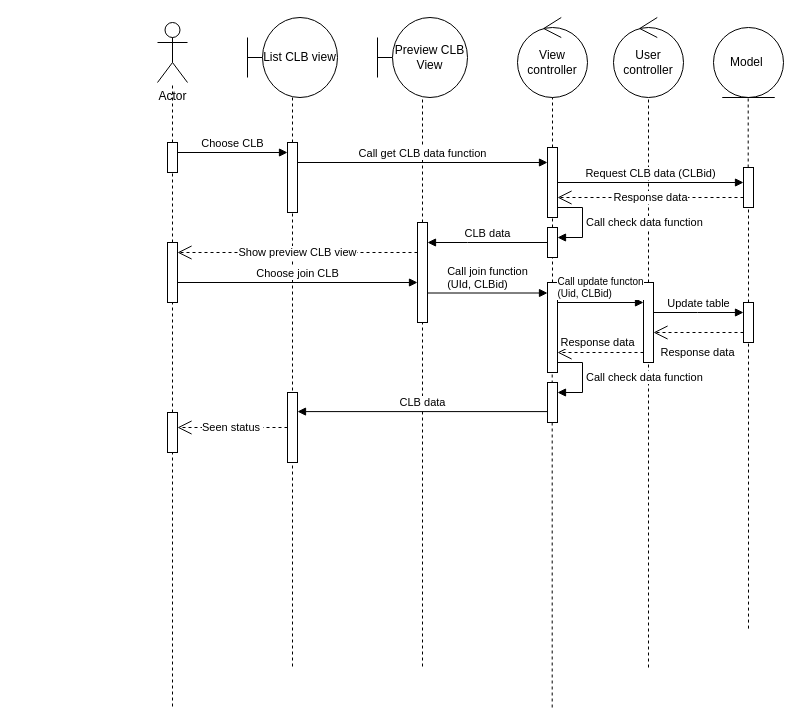
ZanhhTrann/finall_project- keeps this draw.io diagram as page "Join_CLB" (6 of 13) of diagram.drawio. Above is the earlier version. Source tidied: cells renumbered, new cells numbered last; positions are measured from the earlier drawing's top-left corner, leaving out a move shared by most shapes. Both pictures are drawn from the tidied source at 100%, with x=0, y=0 at pixel (157, 17).
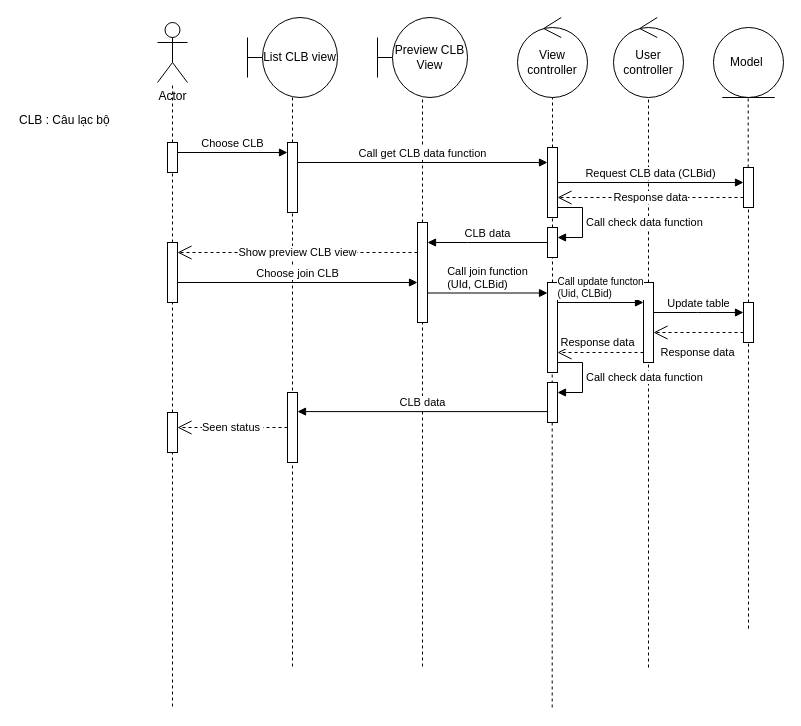
The same diagram, later.

Diff of the diagram source:
```diff
@@
+    <mxCell id="54" value="&lt;span style=&quot;color: rgb(0, 0, 0); font-family: Helvetica; font-size: 12px; font-style: normal; font-variant-ligatures: normal; font-variant-caps: normal; font-weight: 400; letter-spacing: normal; orphans: 2; text-align: center; text-indent: 0px; text-transform: none; widows: 2; word-spacing: 0px; -webkit-text-stroke-width: 0px; white-space: nowrap; background-color: rgb(255, 255, 255); text-decoration-thickness: initial; text-decoration-style: initial; text-decoration-color: initial; display: inline !important; float: none;&quot;&gt;CLB : Câu lạc bộ&lt;/span&gt;" style="text;whiteSpace=wrap;html=1;" parent="1" vertex="1">
+      <mxGeometry x="-140" y="89" width="119" height="36" as="geometry" />
+    </mxCell>
```
